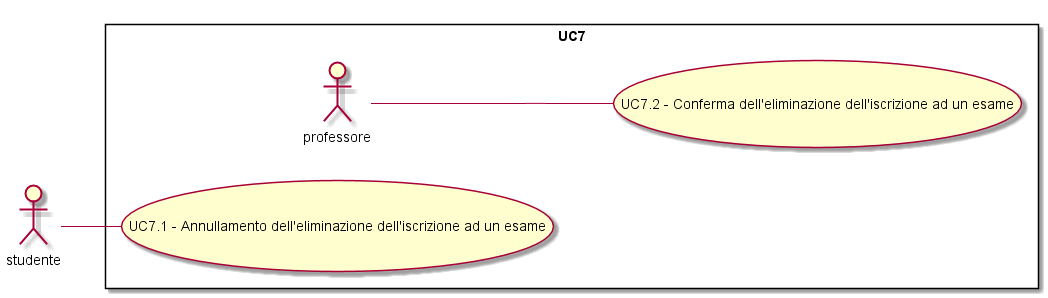
SOS-SonsOfSwe/Marvin keeps this PlantUML diagram as Analisi dei requisiti/img/UC7.png. Above is the earlier version. Its diagram source:
```plantuml
@startuml
left to right direction
skinparam packageStyle rectangle
actor studente
rectangle UC7 {
professore -- (UC7.2 - Conferma dell'eliminazione dell'iscrizione ad un esame)
studente -- (UC7.1 - Annullamento dell'eliminazione dell'iscrizione ad un esame)
}
@enduml
```
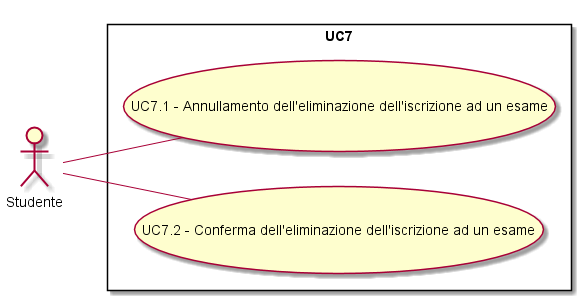
After the change.

What changed in the source:
```diff
@@ -1,9 +1,9 @@
 @startuml
 left to right direction
 skinparam packageStyle rectangle
-actor studente
+actor Studente
 rectangle UC7 {
-professore -- (UC7.2 - Conferma dell'eliminazione dell'iscrizione ad un esame)
-studente -- (UC7.1 - Annullamento dell'eliminazione dell'iscrizione ad un esame)
+Studente -- (UC7.1 - Annullamento dell'eliminazione dell'iscrizione ad un esame)
+Studente -- (UC7.2 - Conferma dell'eliminazione dell'iscrizione ad un esame)
 }
 @enduml
```
